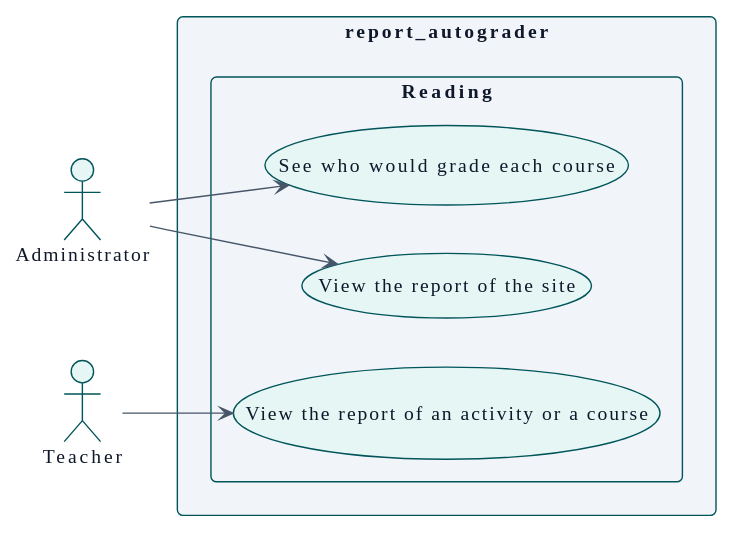
This is docs/en/technical/requirements/use-case-overview.svg from didactika/moodle-report_autograder, a PlantUML export, as it was before one commit.
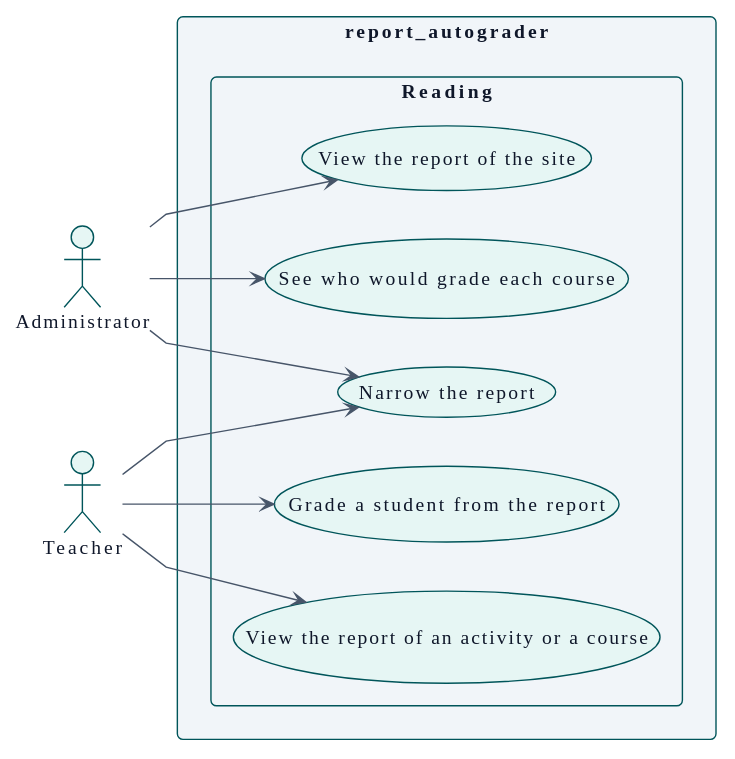
After the commit.

The edit, as a diff of the source:
```diff
@@ -114,10 +114,15 @@
     usecase "View the report of an activity or a course" as UC_viewReport
     usecase "View the report of the site" as UC_viewSiteReport
     usecase "See who would grade each course" as UC_viewGraders
+    usecase "Narrow the report" as UC_narrowReport
+    usecase "Grade a student from the report" as UC_gradeFromReport
   }
 }
 
 A_Teacher --> UC_viewReport
 A_Administrator --> UC_viewSiteReport
 A_Administrator --> UC_viewGraders
+A_Teacher --> UC_narrowReport
+A_Administrator --> UC_narrowReport
+A_Teacher --> UC_gradeFromReport
 @enduml
```
